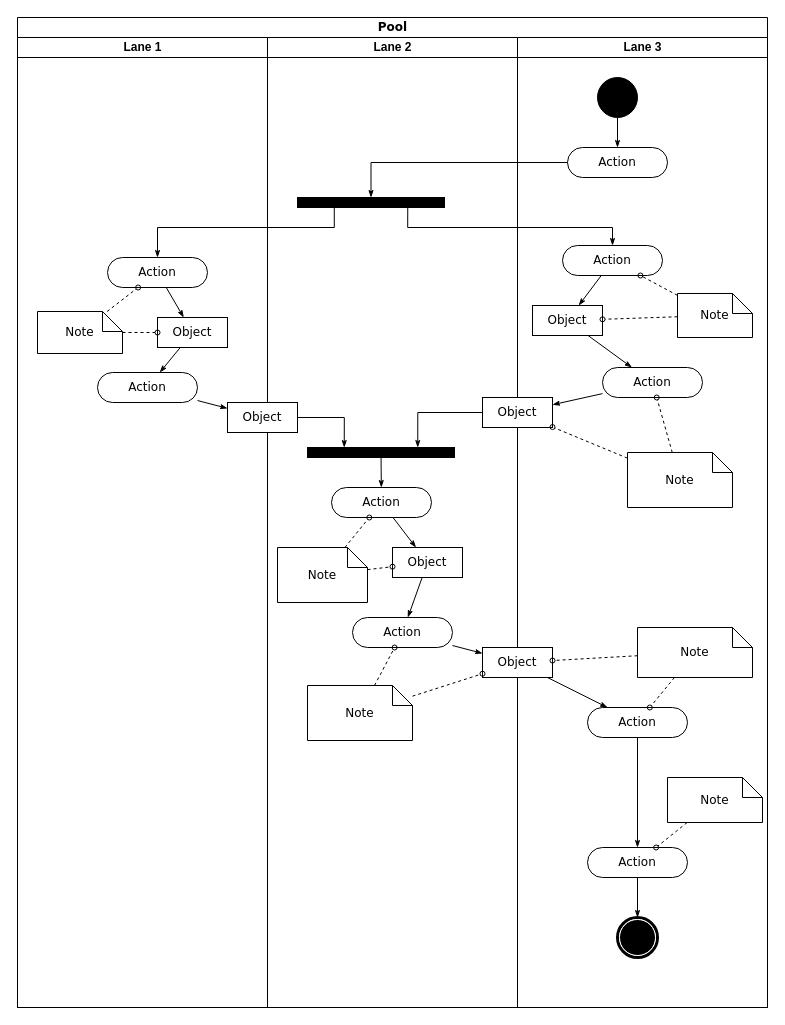
Before: act1.drawio in Zxilly/static, a draw.io diagram. Source tidied: cells renumbered, new cells numbered last; positions are measured from the earlier drawing's top-left corner, leaving out a move shared by most shapes. Both pictures are drawn from the tidied source at 100%, with x=0, y=0 at pixel (17, 17).
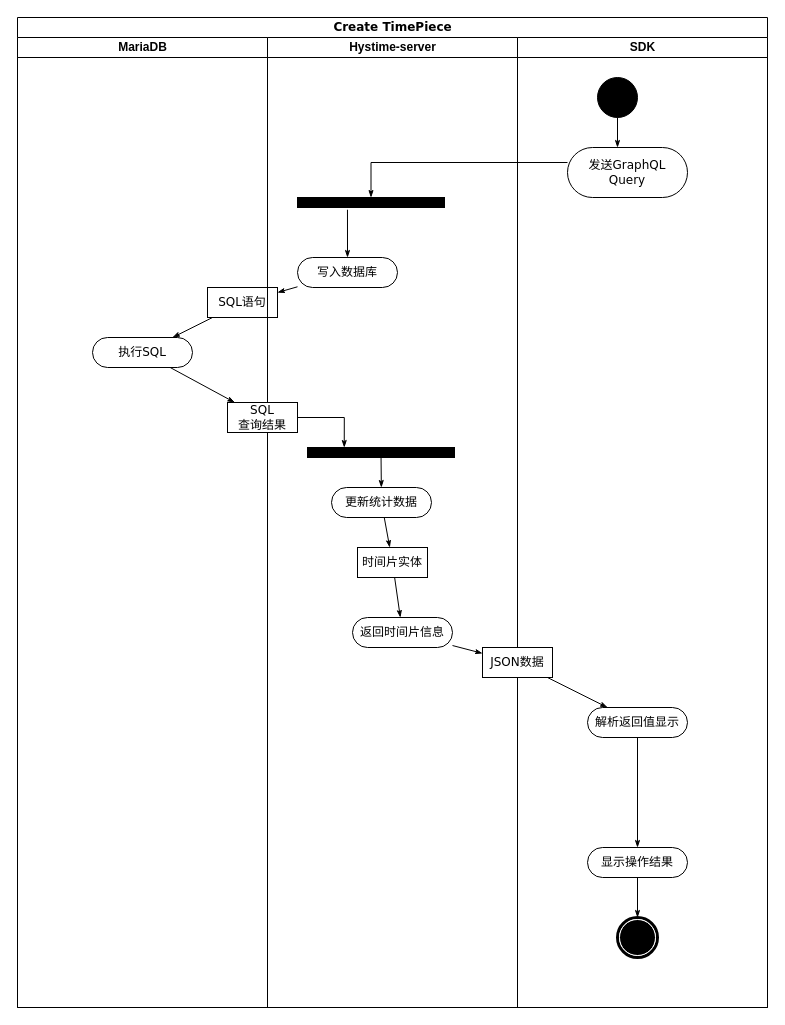
Above is the later version.

Unchanged cells that the change refers to:
```xml
<mxCell id="13" style="whiteSpace=wrap;html=1;rounded=0;shadow=0;comic=0;labelBackgroundColor=none;strokeWidth=1;fillColor=#000000;fontFamily=Verdana;fontSize=12;align=center;rotation=0;" parent="12" vertex="1">
  <mxGeometry x="30" y="160" width="147" height="10" as="geometry" />
</mxCell>
<mxCell id="17" style="whiteSpace=wrap;html=1;rounded=0;shadow=0;comic=0;labelBackgroundColor=none;strokeWidth=1;fillColor=#000000;fontFamily=Verdana;fontSize=12;align=center;rotation=0;" parent="12" vertex="1">
  <mxGeometry x="40" y="410" width="147" height="10" as="geometry" />
</mxCell>
<mxCell id="30" style="ellipse;whiteSpace=wrap;html=1;rounded=0;shadow=0;comic=0;labelBackgroundColor=none;strokeWidth=1;fillColor=#000000;fontFamily=Verdana;fontSize=12;align=center;" parent="28" vertex="1">
  <mxGeometry x="80" y="40" width="40" height="40" as="geometry" />
</mxCell>
```

The edit, as a diff of the source:
```diff
@@
-    <mxCell id="2" value="Pool" style="swimlane;html=1;startSize=20;rounded=0;shadow=0;comic=0;labelBackgroundColor=none;strokeWidth=1;fontFamily=Verdana;fontSize=12;align=center;" parent="1" vertex="1">
+    <mxCell id="2" value="Create TimePiece" style="swimlane;html=1;startSize=20;rounded=0;shadow=0;comic=0;labelBackgroundColor=none;strokeWidth=1;fontFamily=Verdana;fontSize=12;align=center;" parent="1" vertex="1">
       <mxGeometry width="750" height="990" as="geometry" />
     </mxCell>
-    <mxCell id="3" value="Lane 1" style="swimlane;html=1;startSize=20;" parent="2" vertex="1">
+    <mxCell id="3" value="MariaDB" style="swimlane;html=1;startSize=20;" parent="2" vertex="1">
       <mxGeometry y="20" width="250" height="970" as="geometry" />
     </mxCell>
-    <mxCell id="4" style="edgeStyle=none;rounded=0;html=1;labelBackgroundColor=none;startArrow=none;startFill=0;startSize=5;endArrow=classicThin;endFill=1;endSize=5;jettySize=auto;strokeWidth=1;fontFamily=Verdana;fontSize=12;" parent="3" edge="1" source="5" target="8">
-      <mxGeometry relative="1" as="geometry" />
-    </mxCell>
-    <mxCell id="5" value="Action" style="rounded=1;whiteSpace=wrap;html=1;shadow=0;comic=0;labelBackgroundColor=none;strokeWidth=1;fontFamily=Verdana;fontSize=12;align=center;arcSize=50;" parent="3" vertex="1">
-      <mxGeometry x="90" y="220" width="100" height="30" as="geometry" />
-    </mxCell>
-    <mxCell id="6" value="Action" style="rounded=1;whiteSpace=wrap;html=1;shadow=0;comic=0;labelBackgroundColor=none;strokeWidth=1;fontFamily=Verdana;fontSize=12;align=center;arcSize=50;" parent="3" vertex="1">
-      <mxGeometry x="80" y="335" width="100" height="30" as="geometry" />
+    <mxCell id="6" value="执行SQL" style="rounded=1;whiteSpace=wrap;html=1;shadow=0;comic=0;labelBackgroundColor=none;strokeWidth=1;fontFamily=Verdana;fontSize=12;align=center;arcSize=50;" parent="3" vertex="1">
+      <mxGeometry x="75" y="300" width="100" height="30" as="geometry" />
     </mxCell>
@@
-    <mxCell id="8" value="Object" style="rounded=0;whiteSpace=wrap;html=1;shadow=0;comic=0;labelBackgroundColor=none;strokeWidth=1;fontFamily=Verdana;fontSize=12;align=center;arcSize=50;" parent="3" vertex="1">
-      <mxGeometry x="140" y="280" width="70" height="30" as="geometry" />
+    <mxCell id="8" value="SQL语句" style="rounded=0;whiteSpace=wrap;html=1;shadow=0;comic=0;labelBackgroundColor=none;strokeWidth=1;fontFamily=Verdana;fontSize=12;align=center;arcSize=50;" parent="3" vertex="1">
+      <mxGeometry x="190" y="250" width="70" height="30" as="geometry" />
     </mxCell>
-    <mxCell id="9" style="edgeStyle=none;rounded=0;html=1;labelBackgroundColor=none;startArrow=none;startFill=0;startSize=5;endArrow=oval;endFill=0;endSize=5;jettySize=auto;strokeWidth=1;fontFamily=Verdana;fontSize=12;dashed=1;" parent="3" edge="1" source="11" target="5">
-      <mxGeometry relative="1" as="geometry" />
-    </mxCell>
-    <mxCell id="10" style="edgeStyle=none;rounded=0;html=1;dashed=1;labelBackgroundColor=none;startArrow=none;startFill=0;startSize=5;endArrow=oval;endFill=0;endSize=5;jettySize=auto;strokeWidth=1;fontFamily=Verdana;fontSize=12;" parent="3" edge="1" source="11" target="8">
-      <mxGeometry relative="1" as="geometry" />
-    </mxCell>
-    <mxCell id="11" value="Note" style="shape=note;whiteSpace=wrap;html=1;rounded=0;shadow=0;comic=0;labelBackgroundColor=none;strokeWidth=1;fontFamily=Verdana;fontSize=12;align=center;size=20;" parent="3" vertex="1">
-      <mxGeometry x="20" y="274" width="85" height="42" as="geometry" />
-    </mxCell>
-    <mxCell id="12" value="Lane 2" style="swimlane;html=1;startSize=20;" parent="2" vertex="1">
+    <mxCell id="12" value="Hystime-server" style="swimlane;html=1;startSize=20;" parent="2" vertex="1">
       <mxGeometry x="250" y="20" width="250" height="970" as="geometry" />
     </mxCell>
@@
-    <mxCell id="15" value="Action" style="rounded=1;whiteSpace=wrap;html=1;shadow=0;comic=0;labelBackgroundColor=none;strokeWidth=1;fontFamily=Verdana;fontSize=12;align=center;arcSize=50;" parent="12" vertex="1">
+    <mxCell id="15" value="更新统计数据" style="rounded=1;whiteSpace=wrap;html=1;shadow=0;comic=0;labelBackgroundColor=none;strokeWidth=1;fontFamily=Verdana;fontSize=12;align=center;arcSize=50;" parent="12" vertex="1">
       <mxGeometry x="64" y="450" width="100" height="30" as="geometry" />
     </mxCell>
@@
-    <mxCell id="19" value="Object" style="rounded=0;whiteSpace=wrap;html=1;shadow=0;comic=0;labelBackgroundColor=none;strokeWidth=1;fontFamily=Verdana;fontSize=12;align=center;arcSize=50;" parent="12" vertex="1">
+    <mxCell id="19" value="SQL&lt;br&gt;查询结果" style="rounded=0;whiteSpace=wrap;html=1;shadow=0;comic=0;labelBackgroundColor=none;strokeWidth=1;fontFamily=Verdana;fontSize=12;align=center;arcSize=50;" parent="12" vertex="1">
       <mxGeometry x="-40" y="365" width="70" height="30" as="geometry" />
     </mxCell>
@@
-    <mxCell id="21" value="Object" style="rounded=0;whiteSpace=wrap;html=1;shadow=0;comic=0;labelBackgroundColor=none;strokeWidth=1;fontFamily=Verdana;fontSize=12;align=center;arcSize=50;" parent="12" vertex="1">
-      <mxGeometry x="125" y="510" width="70" height="30" as="geometry" />
+    <mxCell id="21" value="时间片实体" style="rounded=0;whiteSpace=wrap;html=1;shadow=0;comic=0;labelBackgroundColor=none;strokeWidth=1;fontFamily=Verdana;fontSize=12;align=center;arcSize=50;" parent="12" vertex="1">
+      <mxGeometry x="90" y="510" width="70" height="30" as="geometry" />
     </mxCell>
-    <mxCell id="22" value="Action" style="rounded=1;whiteSpace=wrap;html=1;shadow=0;comic=0;labelBackgroundColor=none;strokeWidth=1;fontFamily=Verdana;fontSize=12;align=center;arcSize=50;" parent="12" vertex="1">
+    <mxCell id="22" value="返回时间片信息" style="rounded=1;whiteSpace=wrap;html=1;shadow=0;comic=0;labelBackgroundColor=none;strokeWidth=1;fontFamily=Verdana;fontSize=12;align=center;arcSize=50;" parent="12" vertex="1">
       <mxGeometry x="85" y="580" width="100" height="30" as="geometry" />
     </mxCell>
-    <mxCell id="23" style="edgeStyle=none;rounded=0;html=1;dashed=1;labelBackgroundColor=none;startArrow=none;startFill=0;startSize=5;endArrow=oval;endFill=0;endSize=5;jettySize=auto;strokeWidth=1;fontFamily=Verdana;fontSize=12;" parent="12" edge="1" source="25" target="15">
-      <mxGeometry relative="1" as="geometry" />
-    </mxCell>
-    <mxCell id="24" style="edgeStyle=none;rounded=0;html=1;dashed=1;labelBackgroundColor=none;startArrow=none;startFill=0;startSize=5;endArrow=oval;endFill=0;endSize=5;jettySize=auto;strokeWidth=1;fontFamily=Verdana;fontSize=12;" parent="12" edge="1" source="25" target="21">
-      <mxGeometry relative="1" as="geometry" />
-    </mxCell>
-    <mxCell id="25" value="Note" style="shape=note;whiteSpace=wrap;html=1;rounded=0;shadow=0;comic=0;labelBackgroundColor=none;strokeWidth=1;fontFamily=Verdana;fontSize=12;align=center;size=20;" parent="12" vertex="1">
-      <mxGeometry x="10" y="510" width="90" height="55" as="geometry" />
-    </mxCell>
-    <mxCell id="26" style="edgeStyle=none;rounded=0;html=1;dashed=1;labelBackgroundColor=none;startArrow=none;startFill=0;startSize=5;endArrow=oval;endFill=0;endSize=5;jettySize=auto;strokeWidth=1;fontFamily=Verdana;fontSize=12;" parent="12" edge="1" source="27" target="22">
-      <mxGeometry relative="1" as="geometry" />
-    </mxCell>
-    <mxCell id="27" value="Note" style="shape=note;whiteSpace=wrap;html=1;rounded=0;shadow=0;comic=0;labelBackgroundColor=none;strokeWidth=1;fontFamily=Verdana;fontSize=12;align=center;size=20;" parent="12" vertex="1">
-      <mxGeometry x="40" y="648" width="105" height="55" as="geometry" />
-    </mxCell>
+    <mxCell id="5" value="写入数据库" style="rounded=1;whiteSpace=wrap;html=1;shadow=0;comic=0;labelBackgroundColor=none;strokeWidth=1;fontFamily=Verdana;fontSize=12;align=center;arcSize=50;" parent="12" vertex="1">
+      <mxGeometry x="30" y="220" width="100" height="30" as="geometry" />
+    </mxCell>
+    <mxCell id="59" style="edgeStyle=orthogonalEdgeStyle;rounded=0;html=1;entryX=0.5;entryY=0;labelBackgroundColor=none;startArrow=none;startFill=0;startSize=5;endArrow=classicThin;endFill=1;endSize=5;jettySize=auto;strokeWidth=1;fontFamily=Verdana;fontSize=12;exitX=0.34;exitY=1.225;exitDx=0;exitDy=0;exitPerimeter=0;" parent="12" edge="1" source="13" target="5">
+      <mxGeometry relative="1" as="geometry" />
+    </mxCell>
-    <mxCell id="28" value="Lane 3" style="swimlane;html=1;startSize=20;" parent="2" vertex="1">
+    <mxCell id="28" value="SDK" style="swimlane;html=1;startSize=20;" parent="2" vertex="1">
       <mxGeometry x="500" y="20" width="250" height="970" as="geometry" />
     </mxCell>
     <mxCell id="29" style="edgeStyle=orthogonalEdgeStyle;rounded=0;html=1;labelBackgroundColor=none;startArrow=none;startFill=0;startSize=5;endArrow=classicThin;endFill=1;endSize=5;jettySize=auto;strokeWidth=1;fontFamily=Verdana;fontSize=12;" parent="28" edge="1" source="30" target="31">
-      <mxGeometry relative="1" as="geometry" />
+      <mxGeometry relative="1" as="geometry">
+        <Array as="points">
+          <mxPoint x="100" y="110" />
+          <mxPoint x="100" y="110" />
+        </Array>
+      </mxGeometry>
     </mxCell>
@@
-    <mxCell id="31" value="Action" style="rounded=1;whiteSpace=wrap;html=1;shadow=0;comic=0;labelBackgroundColor=none;strokeWidth=1;fontFamily=Verdana;fontSize=12;align=center;arcSize=50;" parent="28" vertex="1">
-      <mxGeometry x="50" y="110" width="100" height="30" as="geometry" />
+    <mxCell id="31" value="发送GraphQL&lt;br&gt;Query" style="rounded=1;whiteSpace=wrap;html=1;shadow=0;comic=0;labelBackgroundColor=none;strokeWidth=1;fontFamily=Verdana;fontSize=12;align=center;arcSize=50;" parent="28" vertex="1">
+      <mxGeometry x="50" y="110" width="120" height="50" as="geometry" />
     </mxCell>
-    <mxCell id="32" style="rounded=0;html=1;labelBackgroundColor=none;startArrow=none;startFill=0;startSize=5;endArrow=classicThin;endFill=1;endSize=5;jettySize=auto;strokeWidth=1;fontFamily=Verdana;fontSize=12;" parent="28" edge="1" source="33" target="37">
-      <mxGeometry relative="1" as="geometry" />
-    </mxCell>
-    <mxCell id="33" value="Action" style="rounded=1;whiteSpace=wrap;html=1;shadow=0;comic=0;labelBackgroundColor=none;strokeWidth=1;fontFamily=Verdana;fontSize=12;align=center;arcSize=50;" parent="28" vertex="1">
-      <mxGeometry x="45" y="208" width="100" height="30" as="geometry" />
-    </mxCell>
-    <mxCell id="34" style="edgeStyle=none;rounded=0;html=1;labelBackgroundColor=none;startArrow=none;startFill=0;startSize=5;endArrow=classicThin;endFill=1;endSize=5;jettySize=auto;strokeWidth=1;fontFamily=Verdana;fontSize=12;" parent="28" edge="1" source="35" target="38">
-      <mxGeometry relative="1" as="geometry" />
-    </mxCell>
-    <mxCell id="35" value="Action" style="rounded=1;whiteSpace=wrap;html=1;shadow=0;comic=0;labelBackgroundColor=none;strokeWidth=1;fontFamily=Verdana;fontSize=12;align=center;arcSize=50;" parent="28" vertex="1">
-      <mxGeometry x="85" y="330" width="100" height="30" as="geometry" />
-    </mxCell>
-    <mxCell id="36" style="edgeStyle=none;rounded=0;html=1;labelBackgroundColor=none;startArrow=none;startFill=0;startSize=5;endArrow=classicThin;endFill=1;endSize=5;jettySize=auto;strokeWidth=1;fontFamily=Verdana;fontSize=12;" parent="28" edge="1" source="37" target="35">
-      <mxGeometry relative="1" as="geometry" />
-    </mxCell>
-    <mxCell id="37" value="Object" style="rounded=0;whiteSpace=wrap;html=1;shadow=0;comic=0;labelBackgroundColor=none;strokeWidth=1;fontFamily=Verdana;fontSize=12;align=center;arcSize=50;" parent="28" vertex="1">
-      <mxGeometry x="15" y="268" width="70" height="30" as="geometry" />
-    </mxCell>
-    <mxCell id="38" value="Object" style="rounded=0;whiteSpace=wrap;html=1;shadow=0;comic=0;labelBackgroundColor=none;strokeWidth=1;fontFamily=Verdana;fontSize=12;align=center;arcSize=50;" parent="28" vertex="1">
-      <mxGeometry x="-35" y="360" width="70" height="30" as="geometry" />
-    </mxCell>
@@
-    <mxCell id="40" value="Object" style="rounded=0;whiteSpace=wrap;html=1;shadow=0;comic=0;labelBackgroundColor=none;strokeWidth=1;fontFamily=Verdana;fontSize=12;align=center;arcSize=50;" parent="28" vertex="1">
+    <mxCell id="40" value="JSON数据" style="rounded=0;whiteSpace=wrap;html=1;shadow=0;comic=0;labelBackgroundColor=none;strokeWidth=1;fontFamily=Verdana;fontSize=12;align=center;arcSize=50;" parent="28" vertex="1">
       <mxGeometry x="-35" y="610" width="70" height="30" as="geometry" />
     </mxCell>
@@
-    <mxCell id="42" value="Action" style="rounded=1;whiteSpace=wrap;html=1;shadow=0;comic=0;labelBackgroundColor=none;strokeWidth=1;fontFamily=Verdana;fontSize=12;align=center;arcSize=50;" parent="28" vertex="1">
+    <mxCell id="42" value="解析返回值显示" style="rounded=1;whiteSpace=wrap;html=1;shadow=0;comic=0;labelBackgroundColor=none;strokeWidth=1;fontFamily=Verdana;fontSize=12;align=center;arcSize=50;" parent="28" vertex="1">
       <mxGeometry x="70" y="670" width="100" height="30" as="geometry" />
     </mxCell>
@@
-    <mxCell id="44" value="Action" style="rounded=1;whiteSpace=wrap;html=1;shadow=0;comic=0;labelBackgroundColor=none;strokeWidth=1;fontFamily=Verdana;fontSize=12;align=center;arcSize=50;" parent="28" vertex="1">
+    <mxCell id="44" value="显示操作结果" style="rounded=1;whiteSpace=wrap;html=1;shadow=0;comic=0;labelBackgroundColor=none;strokeWidth=1;fontFamily=Verdana;fontSize=12;align=center;arcSize=50;" parent="28" vertex="1">
       <mxGeometry x="70" y="810" width="100" height="30" as="geometry" />
     </mxCell>
@@
-    <mxCell id="46" style="edgeStyle=none;rounded=0;html=1;dashed=1;labelBackgroundColor=none;startArrow=none;startFill=0;startSize=5;endArrow=oval;endFill=0;endSize=5;jettySize=auto;strokeWidth=1;fontFamily=Verdana;fontSize=12;" parent="28" edge="1" source="48" target="33">
-      <mxGeometry relative="1" as="geometry" />
-    </mxCell>
-    <mxCell id="47" style="edgeStyle=none;rounded=0;html=1;dashed=1;labelBackgroundColor=none;startArrow=none;startFill=0;startSize=5;endArrow=oval;endFill=0;endSize=5;jettySize=auto;strokeWidth=1;fontFamily=Verdana;fontSize=12;" parent="28" edge="1" source="48" target="37">
-      <mxGeometry relative="1" as="geometry" />
-    </mxCell>
-    <mxCell id="48" value="Note" style="shape=note;whiteSpace=wrap;html=1;rounded=0;shadow=0;comic=0;labelBackgroundColor=none;strokeWidth=1;fontFamily=Verdana;fontSize=12;align=center;size=20;" parent="28" vertex="1">
-      <mxGeometry x="160" y="256" width="75" height="44" as="geometry" />
-    </mxCell>
-    <mxCell id="49" style="edgeStyle=none;rounded=0;html=1;dashed=1;labelBackgroundColor=none;startArrow=none;startFill=0;startSize=5;endArrow=oval;endFill=0;endSize=5;jettySize=auto;strokeWidth=1;fontFamily=Verdana;fontSize=12;" parent="28" edge="1" source="51" target="35">
-      <mxGeometry relative="1" as="geometry" />
-    </mxCell>
-    <mxCell id="50" style="edgeStyle=none;rounded=0;html=1;dashed=1;labelBackgroundColor=none;startArrow=none;startFill=0;startSize=5;endArrow=oval;endFill=0;endSize=5;jettySize=auto;strokeWidth=1;fontFamily=Verdana;fontSize=12;" parent="28" edge="1" source="51" target="38">
-      <mxGeometry relative="1" as="geometry" />
-    </mxCell>
-    <mxCell id="51" value="Note" style="shape=note;whiteSpace=wrap;html=1;rounded=0;shadow=0;comic=0;labelBackgroundColor=none;strokeWidth=1;fontFamily=Verdana;fontSize=12;align=center;size=20;" parent="28" vertex="1">
-      <mxGeometry x="110" y="415" width="105" height="55" as="geometry" />
-    </mxCell>
-    <mxCell id="52" style="edgeStyle=none;rounded=0;html=1;dashed=1;labelBackgroundColor=none;startArrow=none;startFill=0;startSize=5;endArrow=oval;endFill=0;endSize=5;jettySize=auto;strokeWidth=1;fontFamily=Verdana;fontSize=12;" parent="28" edge="1" source="54" target="42">
-      <mxGeometry relative="1" as="geometry" />
-    </mxCell>
-    <mxCell id="53" style="edgeStyle=none;rounded=0;html=1;dashed=1;labelBackgroundColor=none;startArrow=none;startFill=0;startSize=5;endArrow=oval;endFill=0;endSize=5;jettySize=auto;strokeWidth=1;fontFamily=Verdana;fontSize=12;" parent="28" edge="1" source="54" target="40">
-      <mxGeometry relative="1" as="geometry" />
-    </mxCell>
-    <mxCell id="54" value="Note" style="shape=note;whiteSpace=wrap;html=1;rounded=0;shadow=0;comic=0;labelBackgroundColor=none;strokeWidth=1;fontFamily=Verdana;fontSize=12;align=center;size=20;" parent="28" vertex="1">
-      <mxGeometry x="120" y="590" width="115" height="50" as="geometry" />
-    </mxCell>
-    <mxCell id="55" style="edgeStyle=none;rounded=0;html=1;dashed=1;labelBackgroundColor=none;startArrow=none;startFill=0;startSize=5;endArrow=oval;endFill=0;endSize=5;jettySize=auto;strokeWidth=1;fontFamily=Verdana;fontSize=12;" parent="28" edge="1" source="56" target="44">
-      <mxGeometry relative="1" as="geometry" />
-    </mxCell>
-    <mxCell id="56" value="Note" style="shape=note;whiteSpace=wrap;html=1;rounded=0;shadow=0;comic=0;labelBackgroundColor=none;strokeWidth=1;fontFamily=Verdana;fontSize=12;align=center;size=20;" parent="28" vertex="1">
-      <mxGeometry x="150" y="740" width="95" height="45" as="geometry" />
-    </mxCell>
@@
-    <mxCell id="58" style="edgeStyle=orthogonalEdgeStyle;rounded=0;html=1;exitX=0.75;exitY=1;labelBackgroundColor=none;startArrow=none;startFill=0;startSize=5;endArrow=classicThin;endFill=1;endSize=5;jettySize=auto;strokeWidth=1;fontFamily=Verdana;fontSize=12;" parent="2" edge="1" source="13" target="33">
-      <mxGeometry relative="1" as="geometry">
-        <Array as="points">
-          <mxPoint x="390" y="210" />
-          <mxPoint x="595" y="210" />
-        </Array>
-      </mxGeometry>
-    </mxCell>
-    <mxCell id="59" style="edgeStyle=orthogonalEdgeStyle;rounded=0;html=1;exitX=0.25;exitY=1;entryX=0.5;entryY=0;labelBackgroundColor=none;startArrow=none;startFill=0;startSize=5;endArrow=classicThin;endFill=1;endSize=5;jettySize=auto;strokeWidth=1;fontFamily=Verdana;fontSize=12;" parent="2" edge="1" source="13" target="5">
-      <mxGeometry relative="1" as="geometry">
-        <Array as="points">
-          <mxPoint x="317" y="210" />
-          <mxPoint x="140" y="210" />
-        </Array>
-      </mxGeometry>
-    </mxCell>
-    <mxCell id="60" style="edgeStyle=orthogonalEdgeStyle;rounded=0;html=1;entryX=0.75;entryY=0;labelBackgroundColor=none;startArrow=none;startFill=0;startSize=5;endArrow=classicThin;endFill=1;endSize=5;jettySize=auto;strokeWidth=1;fontFamily=Verdana;fontSize=12;" parent="2" edge="1" source="38" target="17">
-      <mxGeometry relative="1" as="geometry" />
-    </mxCell>
@@
-    <mxCell id="63" style="edgeStyle=none;rounded=0;html=1;dashed=1;labelBackgroundColor=none;startArrow=none;startFill=0;startSize=5;endArrow=oval;endFill=0;endSize=5;jettySize=auto;strokeWidth=1;fontFamily=Verdana;fontSize=12;" parent="2" edge="1" source="27" target="40">
-      <mxGeometry relative="1" as="geometry" />
-    </mxCell>
+    <mxCell id="4" style="edgeStyle=none;rounded=0;html=1;labelBackgroundColor=none;startArrow=none;startFill=0;startSize=5;endArrow=classicThin;endFill=1;endSize=5;jettySize=auto;strokeWidth=1;fontFamily=Verdana;fontSize=12;" parent="2" edge="1" source="5" target="8">
+      <mxGeometry relative="1" as="geometry" />
+    </mxCell>
```
